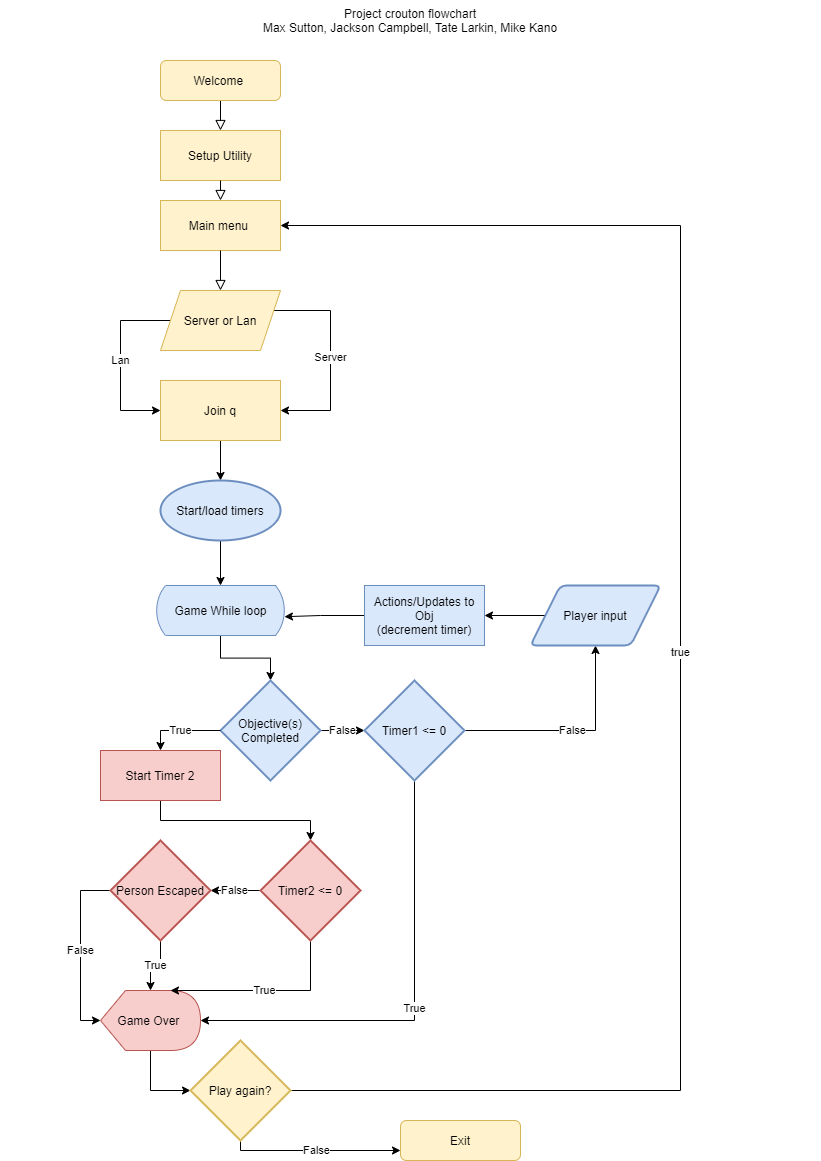
Above: res/ProjectCrouton.png in HoldMyTyr/Programming2GroupProject2 (draw.io), before the change. Source tidied: cells renumbered, new cells last; positions are measured from the earlier drawing's top-left corner, leaving out a move shared by most shapes. The source it was exported from:
```xml
<mxGraphModel>
  <root>
    <mxCell id="0" />
    <mxCell id="1" parent="0" />
    <mxCell id="2" value="Project crouton flowchart&lt;br&gt;Max Sutton, Jackson Campbell, Tate Larkin, Mike Kano" style="text;html=1;strokeColor=none;fillColor=none;align=center;verticalAlign=middle;whiteSpace=wrap;rounded=0;" parent="1" vertex="1">
      <mxGeometry width="820" height="40" as="geometry" />
    </mxCell>
    <mxCell id="3" style="rounded=0;html=1;jettySize=auto;fontSize=11;endArrow=block;endFill=0;endSize=8;strokeWidth=1;shadow=0;labelBackgroundColor=none;edgeStyle=orthogonalEdgeStyle;entryX=0.5;entryY=0;entryDx=0;entryDy=0;" parent="1" edge="1" source="4" target="6">
      <mxGeometry relative="1" as="geometry" />
    </mxCell>
    <mxCell id="4" value="Welcome&amp;nbsp;" style="rounded=1;whiteSpace=wrap;html=1;fontSize=12;glass=0;strokeWidth=1;shadow=0;fillColor=#fff2cc;strokeColor=#d6b656;" parent="1" vertex="1">
      <mxGeometry x="160" y="60" width="120" height="40" as="geometry" />
    </mxCell>
    <mxCell id="5" value="Main menu&amp;nbsp;" style="rounded=0;whiteSpace=wrap;html=1;fontSize=12;glass=0;strokeWidth=1;shadow=0;fillColor=#fff2cc;strokeColor=#d6b656;" parent="1" vertex="1">
      <mxGeometry x="160" y="200" width="120" height="50" as="geometry" />
    </mxCell>
    <mxCell id="6" value="&lt;div&gt;Setup Utility&lt;/div&gt;" style="rounded=0;whiteSpace=wrap;html=1;fontSize=12;glass=0;strokeWidth=1;shadow=0;fillColor=#fff2cc;strokeColor=#d6b656;" parent="1" vertex="1">
      <mxGeometry x="160" y="130" width="120" height="50" as="geometry" />
    </mxCell>
    <mxCell id="7" style="rounded=0;html=1;jettySize=auto;fontSize=11;endArrow=block;endFill=0;endSize=8;strokeWidth=1;shadow=0;labelBackgroundColor=none;edgeStyle=orthogonalEdgeStyle;entryX=0.5;entryY=0;entryDx=0;entryDy=0;exitX=0.5;exitY=1;exitDx=0;exitDy=0;" parent="1" edge="1" source="6" target="5">
      <mxGeometry relative="1" as="geometry" />
    </mxCell>
    <mxCell id="8" style="rounded=0;html=1;jettySize=auto;fontSize=11;endArrow=block;endFill=0;endSize=8;strokeWidth=1;shadow=0;labelBackgroundColor=none;edgeStyle=orthogonalEdgeStyle;entryX=0.5;entryY=0;entryDx=0;entryDy=0;exitX=0.5;exitY=1;exitDx=0;exitDy=0;" parent="1" edge="1" source="5" target="11">
      <mxGeometry relative="1" as="geometry" />
    </mxCell>
    <mxCell id="9" value="Server" style="edgeStyle=orthogonalEdgeStyle;rounded=0;jettySize=auto;html=1;entryX=1;entryY=0.5;entryDx=0;entryDy=0;" parent="1" edge="1" source="11" target="13">
      <mxGeometry relative="1" as="geometry">
        <Array as="points">
          <mxPoint x="330" y="310" />
          <mxPoint x="330" y="410" />
        </Array>
      </mxGeometry>
    </mxCell>
    <mxCell id="10" value="Lan" style="edgeStyle=orthogonalEdgeStyle;rounded=0;jettySize=auto;html=1;entryX=0;entryY=0.5;entryDx=0;entryDy=0;" parent="1" edge="1" source="11" target="13">
      <mxGeometry relative="1" as="geometry">
        <Array as="points">
          <mxPoint x="120" y="320" />
          <mxPoint x="120" y="410" />
        </Array>
      </mxGeometry>
    </mxCell>
    <mxCell id="11" value="Server or Lan" style="shape=parallelogram;perimeter=parallelogramPerimeter;whiteSpace=wrap;html=1;fixedSize=1;rounded=0;fillColor=#fff2cc;strokeColor=#d6b656;" parent="1" vertex="1">
      <mxGeometry x="160" y="290" width="120" height="60" as="geometry" />
    </mxCell>
    <mxCell id="12" style="edgeStyle=orthogonalEdgeStyle;rounded=0;jettySize=auto;html=1;entryX=0.5;entryY=0;entryDx=0;entryDy=0;entryPerimeter=0;" parent="1" edge="1" source="13" target="15">
      <mxGeometry relative="1" as="geometry" />
    </mxCell>
    <mxCell id="13" value="Join q" style="rounded=0;whiteSpace=wrap;html=1;fillColor=#fff2cc;strokeColor=#d6b656;" parent="1" vertex="1">
      <mxGeometry x="160" y="380" width="120" height="60" as="geometry" />
    </mxCell>
    <mxCell id="14" style="edgeStyle=orthogonalEdgeStyle;rounded=0;jettySize=auto;html=1;entryX=0.5;entryY=0;entryDx=0;entryDy=0;entryPerimeter=0;" parent="1" edge="1" source="15" target="17">
      <mxGeometry relative="1" as="geometry" />
    </mxCell>
    <mxCell id="15" value="Start/load timers&lt;br&gt;" style="strokeWidth=2;html=1;shape=mxgraph.flowchart.start_1;whiteSpace=wrap;rounded=0;fillColor=#dae8fc;strokeColor=#6c8ebf;" parent="1" vertex="1">
      <mxGeometry x="160" y="480" width="120" height="60" as="geometry" />
    </mxCell>
    <mxCell id="16" style="edgeStyle=orthogonalEdgeStyle;rounded=0;jettySize=auto;html=1;entryX=0.5;entryY=0;entryDx=0;entryDy=0;entryPerimeter=0;" parent="1" edge="1" source="17" target="19">
      <mxGeometry relative="1" as="geometry" />
    </mxCell>
    <mxCell id="17" value="Game While loop" style="html=1;dashed=0;whitespace=wrap;shape=mxgraph.dfd.loop;fillColor=#dae8fc;strokeColor=#6c8ebf;" parent="1" vertex="1">
      <mxGeometry x="155" y="585" width="130" height="50" as="geometry" />
    </mxCell>
    <mxCell id="18" value="False" style="edgeStyle=orthogonalEdgeStyle;rounded=0;jettySize=auto;html=1;exitX=1;exitY=0.5;exitDx=0;exitDy=0;exitPerimeter=0;entryX=0;entryY=0.5;entryDx=0;entryDy=0;entryPerimeter=0;" parent="1" edge="1" source="19" target="23">
      <mxGeometry relative="1" as="geometry" />
    </mxCell>
    <mxCell id="19" value="Objective(s) Completed" style="strokeWidth=2;html=1;shape=mxgraph.flowchart.decision;whiteSpace=wrap;rounded=0;fillColor=#dae8fc;strokeColor=#6c8ebf;" parent="1" vertex="1">
      <mxGeometry x="220" y="680" width="100" height="100" as="geometry" />
    </mxCell>
    <mxCell id="20" value="Exit" style="rounded=1;whiteSpace=wrap;html=1;fontSize=12;glass=0;strokeWidth=1;shadow=0;fillColor=#fff2cc;strokeColor=#d6b656;" parent="1" vertex="1">
      <mxGeometry x="400" y="1120" width="120" height="40" as="geometry" />
    </mxCell>
    <mxCell id="21" value="False" style="edgeStyle=orthogonalEdgeStyle;rounded=0;jettySize=auto;html=1;entryX=0.5;entryY=1;entryDx=0;entryDy=0;" parent="1" edge="1" source="23" target="39">
      <mxGeometry relative="1" as="geometry">
        <Array as="points">
          <mxPoint x="595" y="730" />
        </Array>
      </mxGeometry>
    </mxCell>
    <mxCell id="22" value="True" style="edgeStyle=orthogonalEdgeStyle;rounded=0;jettySize=auto;html=1;entryX=1;entryY=0.5;entryDx=0;entryDy=0;entryPerimeter=0;exitX=0.5;exitY=1;exitDx=0;exitDy=0;exitPerimeter=0;" parent="1" edge="1" source="23" target="25">
      <mxGeometry relative="1" as="geometry">
        <Array as="points">
          <mxPoint x="414" y="1020" />
        </Array>
      </mxGeometry>
    </mxCell>
    <mxCell id="23" value="Timer1 &amp;lt;= 0" style="strokeWidth=2;html=1;shape=mxgraph.flowchart.decision;whiteSpace=wrap;rounded=0;fillColor=#dae8fc;strokeColor=#6c8ebf;" parent="1" vertex="1">
      <mxGeometry x="364" y="680" width="100" height="100" as="geometry" />
    </mxCell>
    <mxCell id="24" style="edgeStyle=orthogonalEdgeStyle;rounded=0;jettySize=auto;html=1;entryX=0;entryY=0.5;entryDx=0;entryDy=0;entryPerimeter=0;" parent="1" edge="1" source="25" target="37">
      <mxGeometry relative="1" as="geometry">
        <Array as="points">
          <mxPoint x="150" y="1090" />
        </Array>
      </mxGeometry>
    </mxCell>
    <mxCell id="25" value="Game Over&amp;nbsp;" style="shape=display;whiteSpace=wrap;html=1;fillColor=#f8cecc;strokeColor=#b85450;" parent="1" vertex="1">
      <mxGeometry x="100" y="990" width="100" height="60" as="geometry" />
    </mxCell>
    <mxCell id="26" value="True" style="edgeStyle=orthogonalEdgeStyle;rounded=0;jettySize=auto;html=1;exitX=0;exitY=0.5;exitDx=0;exitDy=0;exitPerimeter=0;entryX=0.5;entryY=0;entryDx=0;entryDy=0;" parent="1" edge="1" source="19" target="28">
      <mxGeometry relative="1" as="geometry">
        <Array as="points">
          <mxPoint x="160" y="730" />
        </Array>
      </mxGeometry>
    </mxCell>
    <mxCell id="27" style="edgeStyle=orthogonalEdgeStyle;rounded=0;jettySize=auto;html=1;entryX=0.5;entryY=0;entryDx=0;entryDy=0;entryPerimeter=0;" parent="1" edge="1" source="28" target="31">
      <mxGeometry relative="1" as="geometry">
        <Array as="points">
          <mxPoint x="160" y="820" />
          <mxPoint x="310" y="820" />
        </Array>
      </mxGeometry>
    </mxCell>
    <mxCell id="28" value="Start Timer 2" style="rounded=0;whiteSpace=wrap;html=1;fontSize=12;glass=0;strokeWidth=1;shadow=0;fillColor=#f8cecc;strokeColor=#b85450;" parent="1" vertex="1">
      <mxGeometry x="100" y="750" width="120" height="50" as="geometry" />
    </mxCell>
    <mxCell id="29" value="True" style="edgeStyle=orthogonalEdgeStyle;rounded=0;jettySize=auto;html=1;entryX=0;entryY=0;entryDx=70;entryDy=0;entryPerimeter=0;" parent="1" edge="1" source="31" target="25">
      <mxGeometry relative="1" as="geometry">
        <Array as="points">
          <mxPoint x="310" y="990" />
        </Array>
      </mxGeometry>
    </mxCell>
    <mxCell id="30" value="False" style="edgeStyle=orthogonalEdgeStyle;rounded=0;jettySize=auto;html=1;" parent="1" edge="1" source="31">
      <mxGeometry relative="1" as="geometry">
        <mxPoint x="210" y="890" as="targetPoint" />
      </mxGeometry>
    </mxCell>
    <mxCell id="31" value="Timer2 &amp;lt;= 0" style="strokeWidth=2;html=1;shape=mxgraph.flowchart.decision;whiteSpace=wrap;rounded=0;fillColor=#f8cecc;strokeColor=#b85450;" parent="1" vertex="1">
      <mxGeometry x="260" y="840" width="100" height="100" as="geometry" />
    </mxCell>
    <mxCell id="32" value="True" style="edgeStyle=orthogonalEdgeStyle;rounded=0;jettySize=auto;html=1;" parent="1" edge="1" source="34" target="25">
      <mxGeometry relative="1" as="geometry" />
    </mxCell>
    <mxCell id="33" value="False" style="edgeStyle=orthogonalEdgeStyle;rounded=0;jettySize=auto;html=1;entryX=0;entryY=0.5;entryDx=0;entryDy=0;entryPerimeter=0;" parent="1" edge="1" source="34" target="25">
      <mxGeometry relative="1" as="geometry">
        <Array as="points">
          <mxPoint x="80" y="890" />
          <mxPoint x="80" y="1020" />
        </Array>
      </mxGeometry>
    </mxCell>
    <mxCell id="34" value="Person Escaped" style="strokeWidth=2;html=1;shape=mxgraph.flowchart.decision;whiteSpace=wrap;rounded=0;fillColor=#f8cecc;strokeColor=#b85450;" parent="1" vertex="1">
      <mxGeometry x="110" y="840" width="100" height="100" as="geometry" />
    </mxCell>
    <mxCell id="35" value="False" style="edgeStyle=orthogonalEdgeStyle;rounded=0;jettySize=auto;html=1;entryX=0;entryY=0.75;entryDx=0;entryDy=0;" parent="1" edge="1" source="37" target="20">
      <mxGeometry relative="1" as="geometry">
        <Array as="points">
          <mxPoint x="240" y="1150" />
        </Array>
      </mxGeometry>
    </mxCell>
    <mxCell id="36" value="true" style="edgeStyle=orthogonalEdgeStyle;rounded=0;jettySize=auto;html=1;entryX=1;entryY=0.5;entryDx=0;entryDy=0;" parent="1" edge="1" source="37" target="5">
      <mxGeometry relative="1" as="geometry">
        <Array as="points">
          <mxPoint x="680" y="1090" />
          <mxPoint x="680" y="225" />
        </Array>
      </mxGeometry>
    </mxCell>
    <mxCell id="37" value="Play again?" style="strokeWidth=2;html=1;shape=mxgraph.flowchart.decision;whiteSpace=wrap;rounded=0;fillColor=#fff2cc;strokeColor=#d6b656;" parent="1" vertex="1">
      <mxGeometry x="190" y="1040" width="100" height="100" as="geometry" />
    </mxCell>
    <mxCell id="38" style="edgeStyle=orthogonalEdgeStyle;rounded=0;jettySize=auto;html=1;entryX=1;entryY=0.5;entryDx=0;entryDy=0;" parent="1" edge="1" source="39" target="41">
      <mxGeometry relative="1" as="geometry" />
    </mxCell>
    <mxCell id="39" value="Player input" style="shape=parallelogram;html=1;strokeWidth=2;perimeter=parallelogramPerimeter;whiteSpace=wrap;rounded=1;arcSize=12;size=0.23;fillColor=#dae8fc;strokeColor=#6c8ebf;" parent="1" vertex="1">
      <mxGeometry x="530" y="585" width="130" height="60" as="geometry" />
    </mxCell>
    <mxCell id="40" style="edgeStyle=orthogonalEdgeStyle;rounded=0;jettySize=auto;html=1;entryX=0.992;entryY=0.624;entryDx=0;entryDy=0;entryPerimeter=0;" parent="1" edge="1" source="41" target="17">
      <mxGeometry relative="1" as="geometry">
        <Array as="points">
          <mxPoint x="320" y="615" />
          <mxPoint x="320" y="616" />
        </Array>
      </mxGeometry>
    </mxCell>
    <mxCell id="41" value="Actions/Updates to Obj&lt;br&gt;(decrement timer)" style="rounded=0;whiteSpace=wrap;html=1;fillColor=#dae8fc;strokeColor=#6c8ebf;" parent="1" vertex="1">
      <mxGeometry x="364" y="585" width="120" height="60" as="geometry" />
    </mxCell>
  </root>
</mxGraphModel>
```
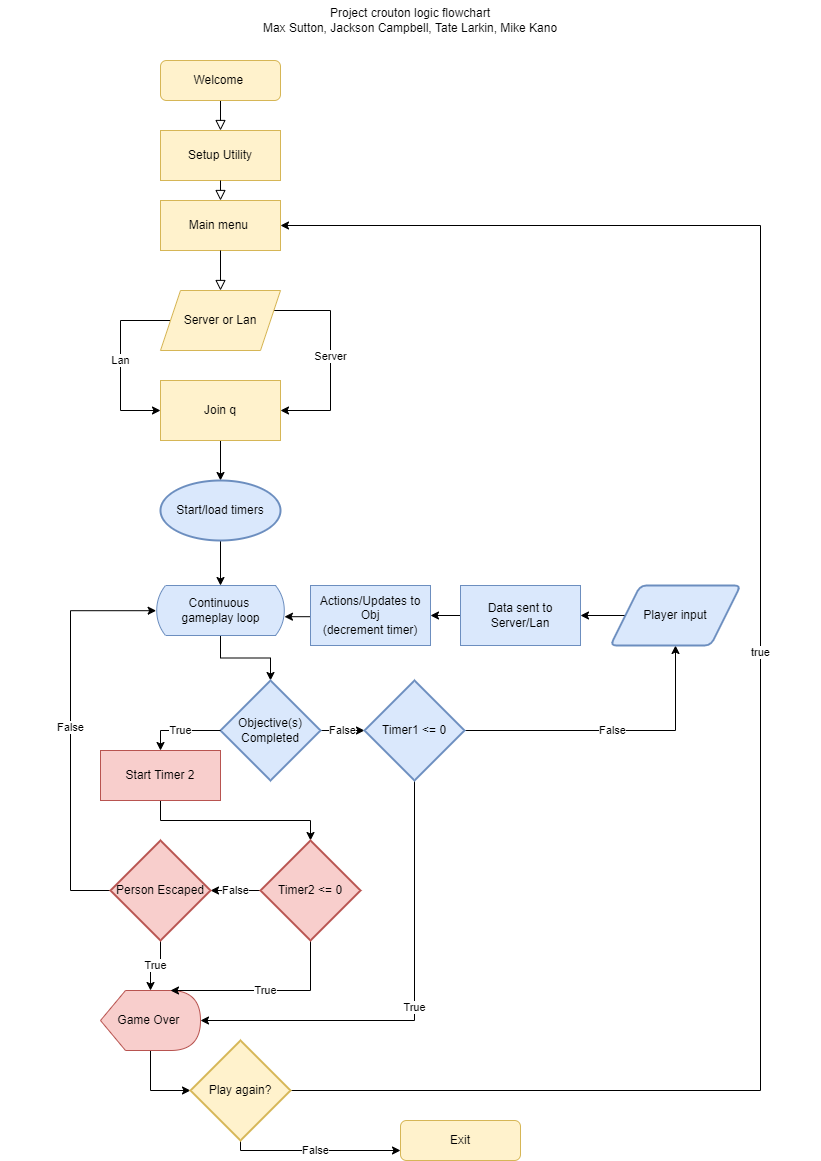
The same file after the commit.

Diff of the diagram source:
```diff
@@ -2,7 +2,7 @@
   <root>
     <mxCell id="0" />
     <mxCell id="1" parent="0" />
-    <mxCell id="2" value="Project crouton flowchart&lt;br&gt;Max Sutton, Jackson Campbell, Tate Larkin, Mike Kano" style="text;html=1;strokeColor=none;fillColor=none;align=center;verticalAlign=middle;whiteSpace=wrap;rounded=0;" parent="1" vertex="1">
+    <mxCell id="2" value="Project crouton logic flowchart&lt;br&gt;Max Sutton, Jackson Campbell, Tate Larkin, Mike Kano" style="text;html=1;strokeColor=none;fillColor=none;align=center;verticalAlign=middle;whiteSpace=wrap;rounded=0;" parent="1" vertex="1">
       <mxGeometry width="820" height="40" as="geometry" />
     </mxCell>
     <mxCell id="3" style="rounded=0;html=1;jettySize=auto;fontSize=11;endArrow=block;endFill=0;endSize=8;strokeWidth=1;shadow=0;labelBackgroundColor=none;edgeStyle=orthogonalEdgeStyle;entryX=0.5;entryY=0;entryDx=0;entryDy=0;" parent="1" edge="1" source="4" target="6">
@@ -57,7 +57,7 @@
     <mxCell id="16" style="edgeStyle=orthogonalEdgeStyle;rounded=0;jettySize=auto;html=1;entryX=0.5;entryY=0;entryDx=0;entryDy=0;entryPerimeter=0;" parent="1" edge="1" source="17" target="19">
       <mxGeometry relative="1" as="geometry" />
     </mxCell>
-    <mxCell id="17" value="Game While loop" style="html=1;dashed=0;whitespace=wrap;shape=mxgraph.dfd.loop;fillColor=#dae8fc;strokeColor=#6c8ebf;" parent="1" vertex="1">
+    <mxCell id="17" value="Continuous &lt;br&gt;gameplay loop" style="html=1;dashed=0;whitespace=wrap;shape=mxgraph.dfd.loop;fillColor=#dae8fc;strokeColor=#6c8ebf;" parent="1" vertex="1">
       <mxGeometry x="155" y="585" width="130" height="50" as="geometry" />
     </mxCell>
     <mxCell id="18" value="False" style="edgeStyle=orthogonalEdgeStyle;rounded=0;jettySize=auto;html=1;exitX=1;exitY=0.5;exitDx=0;exitDy=0;exitPerimeter=0;entryX=0;entryY=0.5;entryDx=0;entryDy=0;entryPerimeter=0;" parent="1" edge="1" source="19" target="23">
@@ -72,7 +72,7 @@
     <mxCell id="21" value="False" style="edgeStyle=orthogonalEdgeStyle;rounded=0;jettySize=auto;html=1;entryX=0.5;entryY=1;entryDx=0;entryDy=0;" parent="1" edge="1" source="23" target="39">
       <mxGeometry relative="1" as="geometry">
         <Array as="points">
-          <mxPoint x="595" y="730" />
+          <mxPoint x="675" y="730" />
         </Array>
       </mxGeometry>
     </mxCell>
@@ -132,11 +132,11 @@
     <mxCell id="32" value="True" style="edgeStyle=orthogonalEdgeStyle;rounded=0;jettySize=auto;html=1;" parent="1" edge="1" source="34" target="25">
       <mxGeometry relative="1" as="geometry" />
     </mxCell>
-    <mxCell id="33" value="False" style="edgeStyle=orthogonalEdgeStyle;rounded=0;jettySize=auto;html=1;entryX=0;entryY=0.5;entryDx=0;entryDy=0;entryPerimeter=0;" parent="1" edge="1" source="34" target="25">
+    <mxCell id="33" value="False" style="edgeStyle=orthogonalEdgeStyle;rounded=0;jettySize=auto;html=1;entryX=0.005;entryY=0.504;entryDx=0;entryDy=0;entryPerimeter=0;" parent="1" edge="1" source="34" target="17">
       <mxGeometry relative="1" as="geometry">
         <Array as="points">
-          <mxPoint x="80" y="890" />
-          <mxPoint x="80" y="1020" />
+          <mxPoint x="70" y="890" />
+          <mxPoint x="70" y="610" />
         </Array>
       </mxGeometry>
     </mxCell>
@@ -153,19 +153,21 @@
     <mxCell id="36" value="true" style="edgeStyle=orthogonalEdgeStyle;rounded=0;jettySize=auto;html=1;entryX=1;entryY=0.5;entryDx=0;entryDy=0;" parent="1" edge="1" source="37" target="5">
       <mxGeometry relative="1" as="geometry">
         <Array as="points">
-          <mxPoint x="680" y="1090" />
-          <mxPoint x="680" y="225" />
+          <mxPoint x="760" y="1090" />
+          <mxPoint x="760" y="225" />
         </Array>
       </mxGeometry>
     </mxCell>
     <mxCell id="37" value="Play again?" style="strokeWidth=2;html=1;shape=mxgraph.flowchart.decision;whiteSpace=wrap;rounded=0;fillColor=#fff2cc;strokeColor=#d6b656;" parent="1" vertex="1">
       <mxGeometry x="190" y="1040" width="100" height="100" as="geometry" />
     </mxCell>
-    <mxCell id="38" style="edgeStyle=orthogonalEdgeStyle;rounded=0;jettySize=auto;html=1;entryX=1;entryY=0.5;entryDx=0;entryDy=0;" parent="1" edge="1" source="39" target="41">
-      <mxGeometry relative="1" as="geometry" />
+    <mxCell id="38" style="edgeStyle=orthogonalEdgeStyle;rounded=0;jettySize=auto;html=1;" parent="1" edge="1" source="39">
+      <mxGeometry relative="1" as="geometry">
+        <mxPoint x="580" y="615" as="targetPoint" />
+      </mxGeometry>
     </mxCell>
     <mxCell id="39" value="Player input" style="shape=parallelogram;html=1;strokeWidth=2;perimeter=parallelogramPerimeter;whiteSpace=wrap;rounded=1;arcSize=12;size=0.23;fillColor=#dae8fc;strokeColor=#6c8ebf;" parent="1" vertex="1">
-      <mxGeometry x="530" y="585" width="130" height="60" as="geometry" />
+      <mxGeometry x="610" y="585" width="130" height="60" as="geometry" />
     </mxCell>
     <mxCell id="40" style="edgeStyle=orthogonalEdgeStyle;rounded=0;jettySize=auto;html=1;entryX=0.992;entryY=0.624;entryDx=0;entryDy=0;entryPerimeter=0;" parent="1" edge="1" source="41" target="17">
       <mxGeometry relative="1" as="geometry">
@@ -176,7 +178,13 @@
       </mxGeometry>
     </mxCell>
     <mxCell id="41" value="Actions/Updates to Obj&lt;br&gt;(decrement timer)" style="rounded=0;whiteSpace=wrap;html=1;fillColor=#dae8fc;strokeColor=#6c8ebf;" parent="1" vertex="1">
-      <mxGeometry x="364" y="585" width="120" height="60" as="geometry" />
+      <mxGeometry x="310" y="585" width="120" height="60" as="geometry" />
     </mxCell>
+    <mxCell id="42" style="edgeStyle=orthogonalEdgeStyle;rounded=0;jettySize=auto;html=1;entryX=1;entryY=0.5;entryDx=0;entryDy=0;" parent="1" edge="1" source="43" target="41">
+      <mxGeometry relative="1" as="geometry" />
+    </mxCell>
+    <mxCell id="43" value="Data sent to Server/Lan" style="rounded=0;whiteSpace=wrap;html=1;fillColor=#dae8fc;strokeColor=#6c8ebf;" parent="1" vertex="1">
+      <mxGeometry x="460" y="585" width="120" height="60" as="geometry" />
+    </mxCell>
   </root>
 </mxGraphModel>
```
